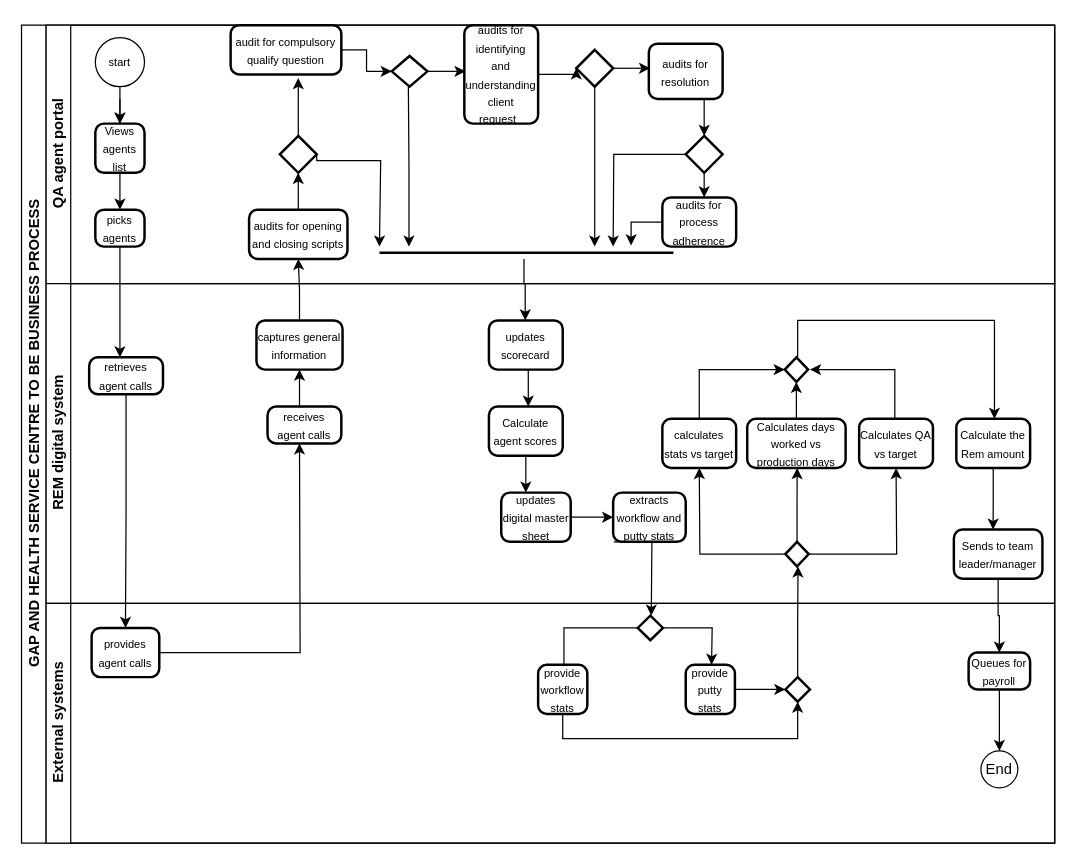
Earlier version of the draw.io diagram Untitled Diagram.drawio (TJ-Kwetsane1993/Thato). Source tidied: cells renumbered, new cells numbered last; positions are measured from the earlier drawing's top-left corner, leaving out a move shared by most shapes. Both pictures are drawn from the tidied source at 123%, with x=0, y=0 at pixel (21, 25).
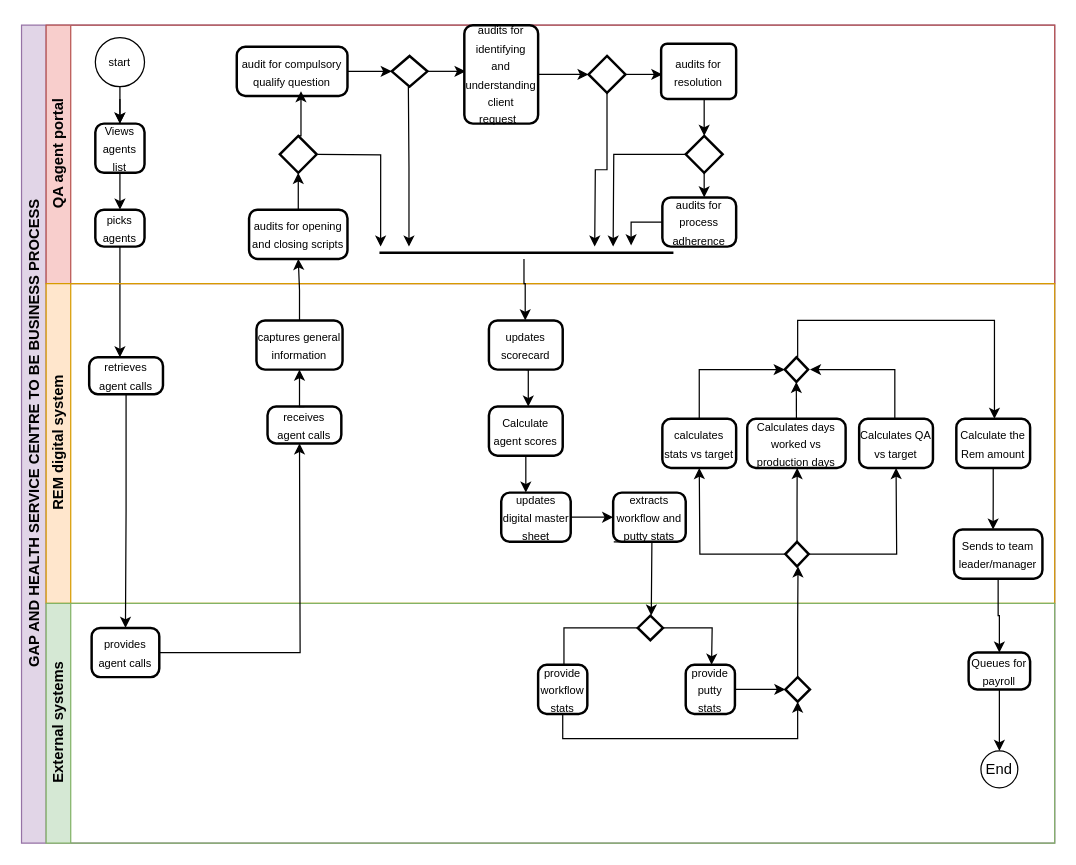
The same diagram, later.

The change refers to these unchanged cells:
```xml
<mxCell id="14" style="strokeWidth=2;html=1;shape=mxgraph.flowchart.decision;whiteSpace=wrap;" parent="3" vertex="1">
  <mxGeometry x="190" y="90" width="30" height="30" as="geometry" />
</mxCell>
<mxCell id="29" style="line;strokeWidth=2;html=1;" parent="3" vertex="1">
  <mxGeometry x="271" y="180" width="239" height="10" as="geometry" />
</mxCell>
```

What changed in the source:
```diff
@@
-    <mxCell id="2" value="GAP AND HEALTH SERVICE CENTRE TO BE BUSINESS PROCESS" style="swimlane;html=1;horizontal=0;startSize=20;" parent="1" vertex="1">
+    <mxCell id="2" value="GAP AND HEALTH SERVICE CENTRE TO BE BUSINESS PROCESS" style="swimlane;html=1;horizontal=0;startSize=20;fillColor=#e1d5e7;strokeColor=#9673a6;" parent="1" vertex="1">
       <mxGeometry width="840" height="665" as="geometry" />
     </mxCell>
-    <mxCell id="3" value="QA agent portal" style="swimlane;html=1;startSize=20;horizontal=0;" parent="2" vertex="1">
+    <mxCell id="3" value="QA agent portal" style="swimlane;html=1;startSize=20;horizontal=0;fillColor=#f8cecc;strokeColor=#b85450;" parent="2" vertex="1">
       <mxGeometry x="20" width="820" height="210" as="geometry" />
     </mxCell>
@@
-    <mxCell id="13" style="edgeStyle=orthogonalEdgeStyle;rounded=0;jettySize=auto;html=1;exitX=1;exitY=0.5;exitDx=0;exitDy=0;exitPerimeter=0;" parent="3" edge="1" source="14">
+    <mxCell id="13" style="edgeStyle=orthogonalEdgeStyle;rounded=0;jettySize=auto;html=1;exitX=1;exitY=0.5;exitDx=0;exitDy=0;exitPerimeter=0;entryX=0.004;entryY=0;entryDx=0;entryDy=0;entryPerimeter=0;" parent="3" edge="1" target="29">
       <mxGeometry relative="1" as="geometry">
-        <mxPoint x="271" y="180" as="targetPoint" />
-        <Array as="points">
-          <mxPoint x="220" y="110" />
-          <mxPoint x="272" y="110" />
-        </Array>
+        <mxPoint x="221" y="105" as="sourcePoint" />
       </mxGeometry>
     </mxCell>
@@
     <mxCell id="16" value="&lt;font style=&quot;font-size: 9px;&quot;&gt;audit for compulsory qualify question&lt;/font&gt;" style="rounded=1;whiteSpace=wrap;html=1;absoluteArcSize=1;arcSize=14;strokeWidth=2;" parent="3" vertex="1">
-      <mxGeometry x="150" width="90" height="40" as="geometry" />
+      <mxGeometry x="155" y="17.5" width="90" height="40" as="geometry" />
     </mxCell>
@@
-    <mxCell id="21" style="edgeStyle=orthogonalEdgeStyle;rounded=0;jettySize=auto;html=1;exitX=1;exitY=0.5;exitDx=0;exitDy=0;exitPerimeter=0;" parent="3" edge="1" source="23">
-      <mxGeometry relative="1" as="geometry">
-        <mxPoint x="491" y="35" as="targetPoint" />
-      </mxGeometry>
-    </mxCell>
@@
+    <mxCell id="82" style="edgeStyle=orthogonalEdgeStyle;rounded=0;jettySize=auto;html=1;exitX=1;exitY=0.5;exitDx=0;exitDy=0;exitPerimeter=0;" parent="3" edge="1" source="23">
+      <mxGeometry relative="1" as="geometry">
+        <mxPoint x="501" y="39.9" as="targetPoint" />
+      </mxGeometry>
+    </mxCell>
     <mxCell id="23" style="strokeWidth=2;html=1;shape=mxgraph.flowchart.decision;whiteSpace=wrap;" parent="3" vertex="1">
-      <mxGeometry x="431" y="20" width="30" height="30" as="geometry" />
+      <mxGeometry x="441" y="25" width="30" height="30" as="geometry" />
     </mxCell>
-    <mxCell id="24" value="&lt;font style=&quot;font-size: 9px;&quot;&gt;audits for resolution&lt;/font&gt;" style="rounded=1;whiteSpace=wrap;html=1;absoluteArcSize=1;arcSize=14;strokeWidth=2;" parent="3" vertex="1">
-      <mxGeometry x="490" y="15" width="60" height="45" as="geometry" />
+    <mxCell id="24" value="&lt;font style=&quot;font-size: 9px;&quot;&gt;audits for resolution&lt;/font&gt;" style="rounded=1;whiteSpace=wrap;html=1;absoluteArcSize=1;arcSize=10;strokeWidth=2;" parent="3" vertex="1">
+      <mxGeometry x="500" y="15" width="61" height="45" as="geometry" />
     </mxCell>
@@
-    <mxCell id="32" style="edgeStyle=orthogonalEdgeStyle;rounded=0;jettySize=auto;html=1;exitX=0.5;exitY=0;exitDx=0;exitDy=0;exitPerimeter=0;entryX=0.611;entryY=1.075;entryDx=0;entryDy=0;entryPerimeter=0;" parent="3" edge="1" source="14" target="16">
+    <mxCell id="32" style="edgeStyle=orthogonalEdgeStyle;rounded=0;jettySize=auto;html=1;exitX=0.5;exitY=0;exitDx=0;exitDy=0;exitPerimeter=0;entryX=0.58;entryY=0.904;entryDx=0;entryDy=0;entryPerimeter=0;" parent="3" edge="1" source="14" target="16">
       <mxGeometry relative="1" as="geometry" />
     </mxCell>
@@
-    <mxCell id="35" value="REM digital system" style="swimlane;html=1;startSize=20;horizontal=0;" parent="2" vertex="1">
+    <mxCell id="35" value="REM digital system" style="swimlane;html=1;startSize=20;horizontal=0;fillColor=#ffe6cc;strokeColor=#d79b00;" parent="2" vertex="1">
       <mxGeometry x="20" y="210" width="820" height="260" as="geometry" />
     </mxCell>
@@
-    <mxCell id="61" value="External systems" style="swimlane;html=1;startSize=20;horizontal=0;" parent="2" vertex="1">
+    <mxCell id="61" value="External systems" style="swimlane;html=1;startSize=20;horizontal=0;fillColor=#d5e8d4;strokeColor=#82b366;" parent="2" vertex="1">
       <mxGeometry x="20" y="470" width="820" height="195" as="geometry" />
     </mxCell>
```
